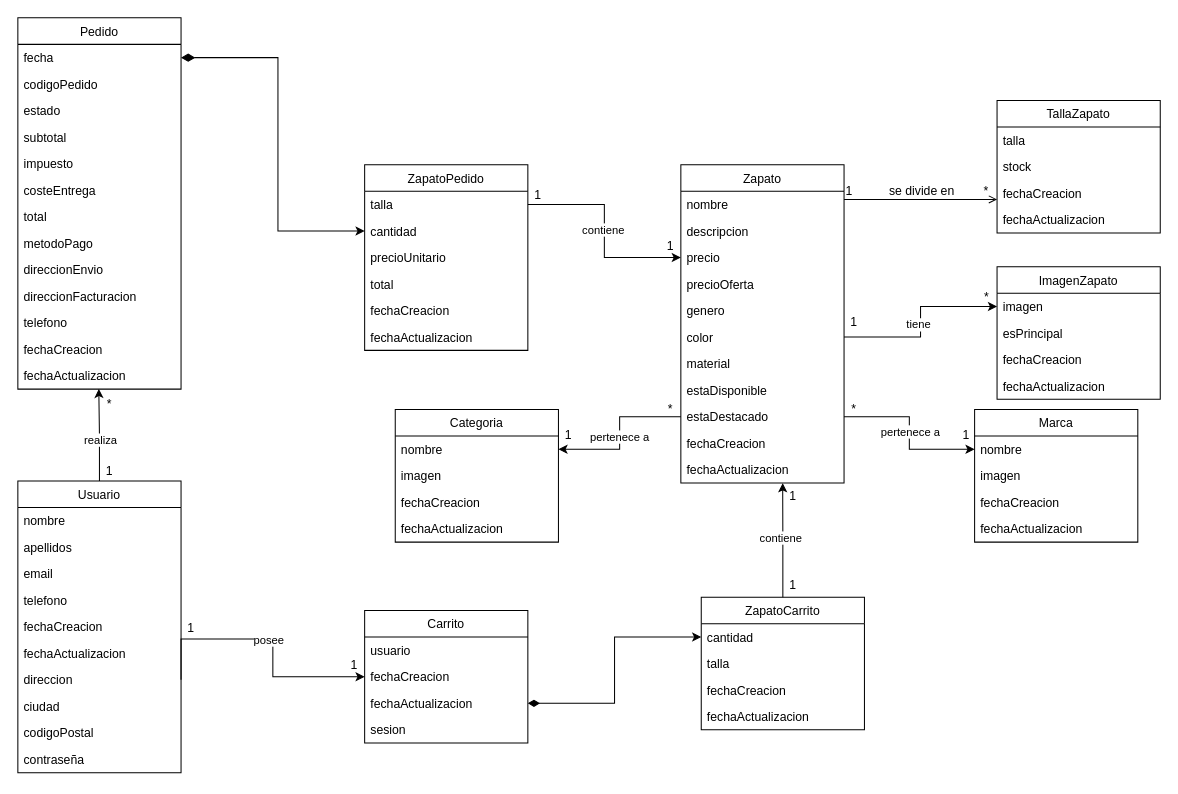
Above: docs/Modelo Conceptual.drawio in miniluz/tienda-calzados-marilo (draw.io), before the change. Source tidied: cells renumbered, new cells numbered last; positions are measured from the earlier drawing's top-left corner, leaving out a move shared by most shapes. Both pictures are drawn from the tidied source at 102%, with x=0, y=0 at pixel (17, 17).
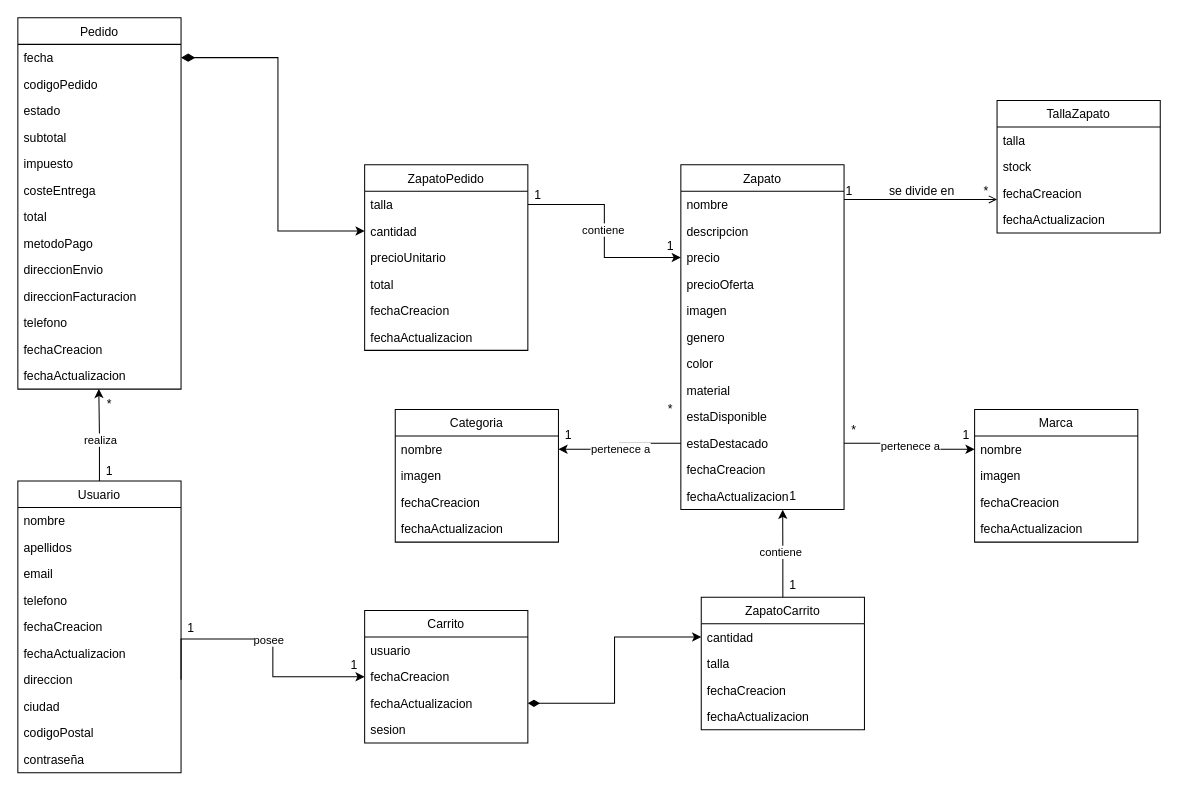
The same diagram, later.

Commit message:
docs: 📝 Update conceptual model diagram

The edit, as a diff of the source:
```diff
@@
     <mxCell id="2" value="Zapato" style="swimlane;fontStyle=0;align=center;verticalAlign=top;horizontal=1;startSize=26;rounded=0;shadow=0;strokeWidth=1;" parent="1" vertex="1">
-      <mxGeometry x="650" y="144" width="160" height="312" as="geometry" />
+      <mxGeometry x="650" y="144" width="160" height="338" as="geometry" />
     </mxCell>
@@
+    <mxCell id="22" value="imagen" style="text;align=left;verticalAlign=top;spacingLeft=4;spacingRight=4;overflow=hidden;points=[[0,0.5],[1,0.5]];portConstraint=eastwest;" parent="2" vertex="1">
+      <mxGeometry y="130" width="160" height="26" as="geometry" />
+    </mxCell>
     <mxCell id="7" value="genero" style="text;align=left;verticalAlign=top;spacingLeft=4;spacingRight=4;overflow=hidden;" parent="2" vertex="1">
-      <mxGeometry y="130" width="160" height="26" as="geometry" />
+      <mxGeometry y="156" width="160" height="26" as="geometry" />
     </mxCell>
     <mxCell id="8" value="color" style="text;align=left;verticalAlign=top;spacingLeft=4;spacingRight=4;overflow=hidden;points=[[0,0.5],[1,0.5]];portConstraint=eastwest;" parent="2" vertex="1">
-      <mxGeometry y="156" width="160" height="26" as="geometry" />
+      <mxGeometry y="182" width="160" height="26" as="geometry" />
     </mxCell>
     <mxCell id="9" value="material" style="text;align=left;verticalAlign=top;spacingLeft=4;spacingRight=4;overflow=hidden;" parent="2" vertex="1">
-      <mxGeometry y="182" width="160" height="26" as="geometry" />
+      <mxGeometry y="208" width="160" height="26" as="geometry" />
     </mxCell>
     <mxCell id="10" value="estaDisponible" style="text;align=left;verticalAlign=top;spacingLeft=4;spacingRight=4;overflow=hidden;" parent="2" vertex="1">
-      <mxGeometry y="208" width="160" height="26" as="geometry" />
+      <mxGeometry y="234" width="160" height="26" as="geometry" />
     </mxCell>
     <mxCell id="11" value="estaDestacado" style="text;align=left;verticalAlign=top;spacingLeft=4;spacingRight=4;overflow=hidden;points=[[0,0.5],[1,0.5]];portConstraint=eastwest;" parent="2" vertex="1">
-      <mxGeometry y="234" width="160" height="26" as="geometry" />
+      <mxGeometry y="260" width="160" height="26" as="geometry" />
     </mxCell>
     <mxCell id="12" value="fechaCreacion" style="text;align=left;verticalAlign=top;spacingLeft=4;spacingRight=4;overflow=hidden;" parent="2" vertex="1">
-      <mxGeometry y="260" width="160" height="26" as="geometry" />
+      <mxGeometry y="286" width="160" height="26" as="geometry" />
     </mxCell>
     <mxCell id="13" value="fechaActualizacion" style="text;align=left;verticalAlign=top;spacingLeft=4;spacingRight=4;overflow=hidden;points=[[0,0.5],[1,0.5]];portConstraint=eastwest;" parent="2" vertex="1">
-      <mxGeometry y="286" width="160" height="26" as="geometry" />
+      <mxGeometry y="312" width="160" height="26" as="geometry" />
     </mxCell>
@@
-    <mxCell id="21" value="ImagenZapato" style="swimlane;fontStyle=0;align=center;verticalAlign=top;horizontal=1;startSize=26;rounded=0;shadow=0;strokeWidth=1;" parent="1" vertex="1">
-      <mxGeometry x="960" y="244" width="160" height="130" as="geometry" />
-    </mxCell>
-    <mxCell id="22" value="imagen" style="text;align=left;verticalAlign=top;spacingLeft=4;spacingRight=4;overflow=hidden;points=[[0,0.5],[1,0.5]];portConstraint=eastwest;" parent="21" vertex="1">
-      <mxGeometry y="26" width="160" height="26" as="geometry" />
-    </mxCell>
-    <mxCell id="23" value="esPrincipal" style="text;align=left;verticalAlign=top;spacingLeft=4;spacingRight=4;overflow=hidden;" parent="21" vertex="1">
-      <mxGeometry y="52" width="160" height="26" as="geometry" />
-    </mxCell>
-    <mxCell id="24" value="fechaCreacion" style="text;align=left;verticalAlign=top;spacingLeft=4;spacingRight=4;overflow=hidden;" parent="21" vertex="1">
-      <mxGeometry y="78" width="160" height="26" as="geometry" />
-    </mxCell>
-    <mxCell id="25" value="fechaActualizacion" style="text;align=left;verticalAlign=top;spacingLeft=4;spacingRight=4;overflow=hidden;" parent="21" vertex="1">
-      <mxGeometry y="104" width="160" height="26" as="geometry" />
-    </mxCell>
@@
-    <mxCell id="103" style="edgeStyle=orthogonalEdgeStyle;rounded=0;jettySize=auto;html=1;exitX=1;exitY=0.5;exitDx=0;exitDy=0;entryX=0;entryY=0.5;entryDx=0;entryDy=0;" parent="1" edge="1" source="8" target="22">
-      <mxGeometry relative="1" as="geometry" />
-    </mxCell>
-    <mxCell id="104" value="tiene" style="edgeLabel;html=1;align=center;verticalAlign=middle;" parent="103" vertex="1">
-      <mxGeometry x="-0.02" y="3" relative="1" as="geometry" />
-    </mxCell>
-    <mxCell id="105" value="*" style="text;html=1;whiteSpace=wrap;strokeColor=none;fillColor=none;align=center;verticalAlign=middle;rounded=0;" parent="1" vertex="1">
-      <mxGeometry x="920" y="254" width="60" height="40" as="geometry" />
-    </mxCell>
-    <mxCell id="106" value="1" style="text;html=1;whiteSpace=wrap;strokeColor=none;fillColor=none;align=center;verticalAlign=middle;rounded=0;" parent="1" vertex="1">
-      <mxGeometry x="790" y="284" width="60" height="30" as="geometry" />
-    </mxCell>
@@
     <mxCell id="109" value="*" style="text;html=1;whiteSpace=wrap;strokeColor=none;fillColor=none;align=center;verticalAlign=middle;rounded=0;" parent="1" vertex="1">
-      <mxGeometry x="790" y="364" width="60" height="40" as="geometry" />
+      <mxGeometry x="790" y="384" width="60" height="40" as="geometry" />
     </mxCell>
```
